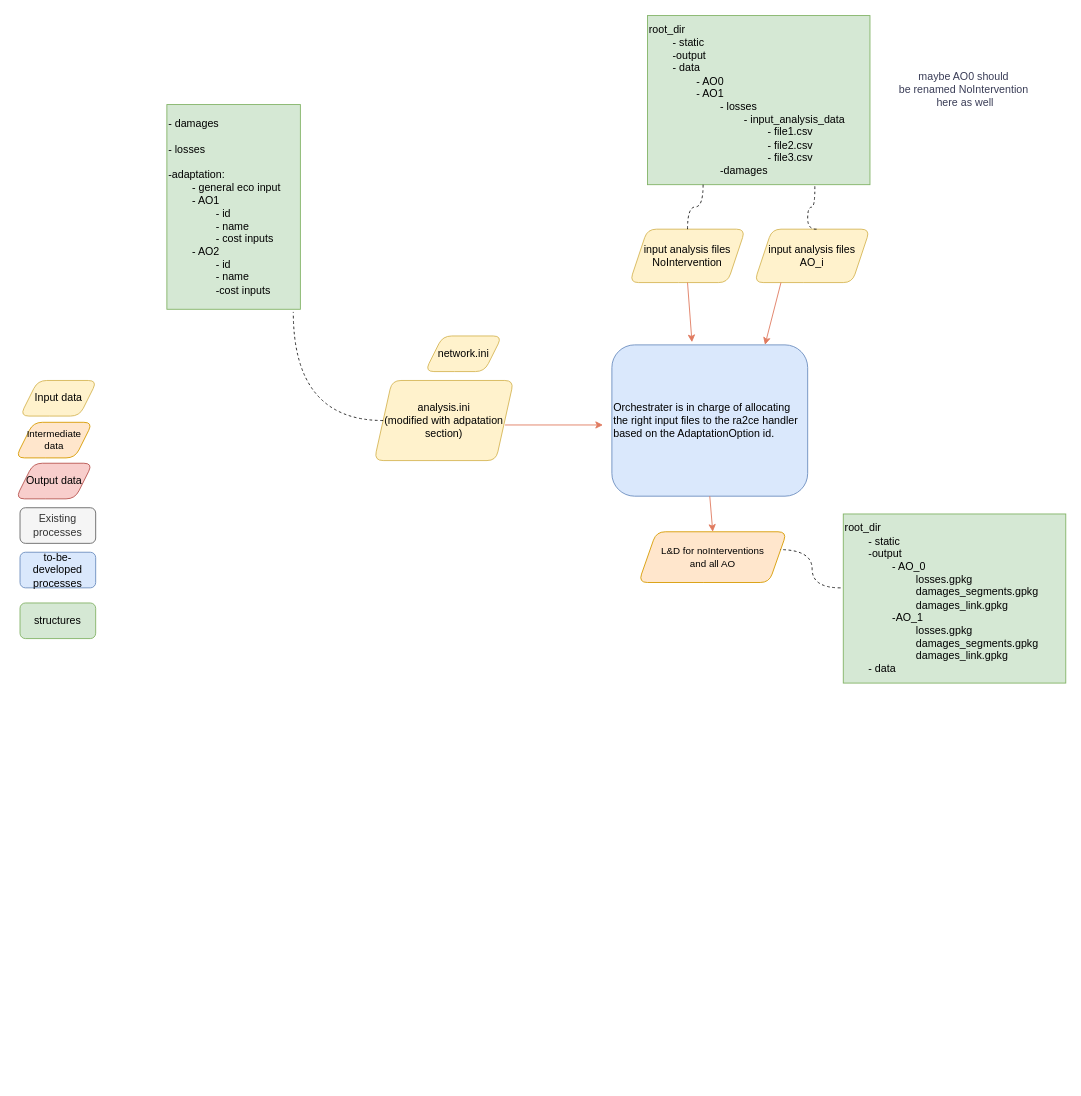
The draw.io diagram docs/_diagrams/RA2CE_adaptation_flow_chart.drawio in Deltares/ra2ce, before the edit. Source tidied: cells renumbered, new cells numbered last; positions are measured from the earlier drawing's top-left corner, leaving out a move shared by most shapes. Both pictures are drawn from the tidied source at 89%, with x=0, y=0 at pixel (15, 15).
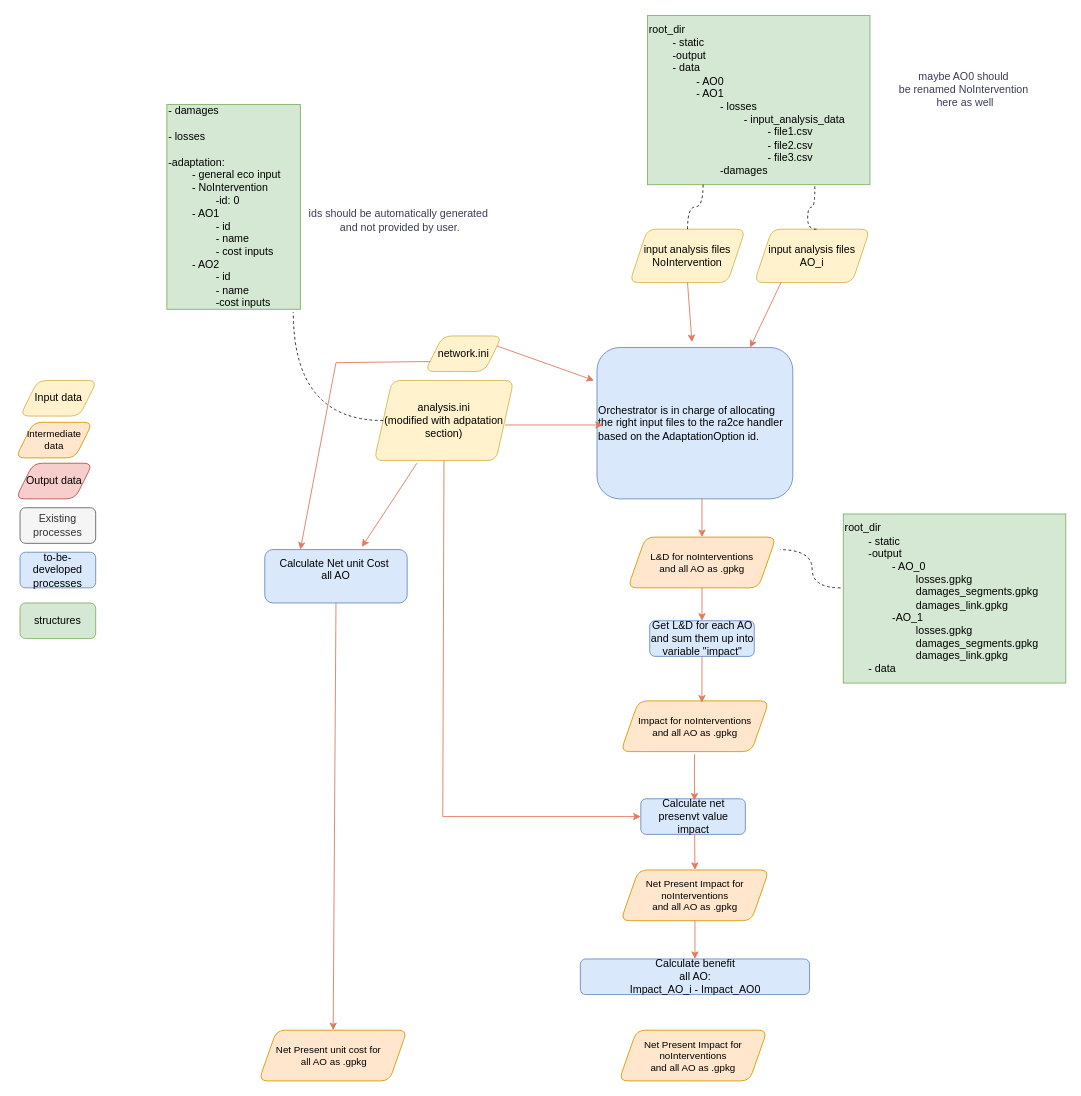
The same page after the edit.

Commit message:
update diagram Adaptation

Unchanged cells that the change refers to:
```xml
<mxCell id="7" value="network.ini" style="shape=parallelogram;perimeter=parallelogramPerimeter;whiteSpace=wrap;html=1;fixedSize=1;rounded=1;fillColor=#fff2cc;strokeColor=#d6b656;" parent="1" vertex="1">
  <mxGeometry x="460" y="360" width="86.7" height="40" as="geometry" />
</mxCell>
<mxCell id="8" value="analysis.ini&lt;div&gt;(modified with adpatation section)&lt;/div&gt;" style="shape=parallelogram;perimeter=parallelogramPerimeter;whiteSpace=wrap;html=1;fixedSize=1;rounded=1;fillColor=#fff2cc;strokeColor=#d6b656;" parent="1" vertex="1">
  <mxGeometry x="403" y="410" width="156.7" height="90" as="geometry" />
</mxCell>
```

Diff of the diagram source:
```diff
@@
-    <mxCell id="11" value="- damages&lt;div&gt;&lt;br&gt;&lt;/div&gt;&lt;div&gt;- losses&lt;/div&gt;&lt;div&gt;&lt;br&gt;&lt;/div&gt;&lt;div&gt;-adaptation:&lt;/div&gt;&lt;div&gt;&lt;span style=&quot;white-space: pre;&quot;&gt;&#9;&lt;/span&gt;- general eco input&lt;/div&gt;&lt;div&gt;&lt;span style=&quot;white-space: pre;&quot;&gt;&#9;&lt;/span&gt;- AO1&lt;br&gt;&lt;/div&gt;&lt;div&gt;&lt;span style=&quot;white-space: pre;&quot;&gt;&#9;&lt;/span&gt;&lt;span style=&quot;white-space: pre;&quot;&gt;&#9;&lt;/span&gt;- id&lt;br&gt;&lt;/div&gt;&lt;div&gt;&lt;span style=&quot;white-space: pre;&quot;&gt;&#9;&lt;/span&gt;&lt;span style=&quot;white-space: pre;&quot;&gt;&#9;&lt;/span&gt;- name&lt;br&gt;&lt;/div&gt;&lt;div&gt;&lt;span style=&quot;white-space: pre;&quot;&gt;&#9;&lt;/span&gt;&lt;span style=&quot;white-space: pre;&quot;&gt;&#9;&lt;/span&gt;- cost inputs&lt;br&gt;&lt;/div&gt;&lt;div&gt;&lt;span style=&quot;white-space: pre;&quot;&gt;&#9;&lt;/span&gt;- AO2&lt;br&gt;&lt;/div&gt;&lt;div&gt;&lt;span style=&quot;white-space: pre;&quot;&gt;&#9;&lt;/span&gt;&lt;span style=&quot;white-space: pre;&quot;&gt;&#9;&lt;/span&gt;- id&lt;br&gt;&lt;/div&gt;&lt;div&gt;&lt;span style=&quot;white-space: pre;&quot;&gt;&#9;&lt;/span&gt;&lt;span style=&quot;white-space: pre;&quot;&gt;&#9;&lt;/span&gt;- name&lt;br&gt;&lt;/div&gt;&lt;div&gt;&lt;span style=&quot;white-space: pre;&quot;&gt;&#9;&lt;/span&gt;&lt;span style=&quot;white-space: pre;&quot;&gt;&#9;&lt;/span&gt;-cost inputs&lt;br&gt;&lt;/div&gt;" style="whiteSpace=wrap;html=1;align=left;fillColor=#d5e8d4;strokeColor=#82b366;imageAspect=0;" parent="1" vertex="1">
+    <mxCell id="11" value="- damages&lt;div&gt;&lt;br&gt;&lt;/div&gt;&lt;div&gt;- losses&lt;/div&gt;&lt;div&gt;&lt;br&gt;&lt;/div&gt;&lt;div&gt;-adaptation:&lt;/div&gt;&lt;div&gt;&lt;span style=&quot;white-space: pre;&quot;&gt;&#9;&lt;/span&gt;- general eco input&lt;/div&gt;&lt;div&gt;&lt;span style=&quot;white-space: pre;&quot;&gt;&#9;&lt;/span&gt;- NoIntervention&lt;br&gt;&lt;/div&gt;&lt;div&gt;&lt;span style=&quot;white-space: pre;&quot;&gt;&#9;&lt;/span&gt;&lt;span style=&quot;white-space: pre;&quot;&gt;&#9;&lt;/span&gt;-id: 0&amp;nbsp;&lt;br&gt;&lt;/div&gt;&lt;div&gt;&lt;span style=&quot;white-space: pre;&quot;&gt;&#9;&lt;/span&gt;- AO1&lt;br&gt;&lt;/div&gt;&lt;div&gt;&lt;span style=&quot;white-space: pre;&quot;&gt;&#9;&lt;/span&gt;&lt;span style=&quot;white-space: pre;&quot;&gt;&#9;&lt;/span&gt;- id&lt;br&gt;&lt;/div&gt;&lt;div&gt;&lt;span style=&quot;white-space: pre;&quot;&gt;&#9;&lt;/span&gt;&lt;span style=&quot;white-space: pre;&quot;&gt;&#9;&lt;/span&gt;- name&lt;br&gt;&lt;/div&gt;&lt;div&gt;&lt;span style=&quot;white-space: pre;&quot;&gt;&#9;&lt;/span&gt;&lt;span style=&quot;white-space: pre;&quot;&gt;&#9;&lt;/span&gt;- cost inputs&lt;br&gt;&lt;/div&gt;&lt;div&gt;&lt;span style=&quot;white-space: pre;&quot;&gt;&#9;&lt;/span&gt;- AO2&lt;br&gt;&lt;/div&gt;&lt;div&gt;&lt;span style=&quot;white-space: pre;&quot;&gt;&#9;&lt;/span&gt;&lt;span style=&quot;white-space: pre;&quot;&gt;&#9;&lt;/span&gt;- id&lt;br&gt;&lt;/div&gt;&lt;div&gt;&lt;span style=&quot;white-space: pre;&quot;&gt;&#9;&lt;/span&gt;&lt;span style=&quot;white-space: pre;&quot;&gt;&#9;&lt;/span&gt;- name&lt;br&gt;&lt;/div&gt;&lt;div&gt;&lt;span style=&quot;white-space: pre;&quot;&gt;&#9;&lt;/span&gt;&lt;span style=&quot;white-space: pre;&quot;&gt;&#9;&lt;/span&gt;-cost inputs&lt;br&gt;&lt;/div&gt;" style="whiteSpace=wrap;html=1;align=left;fillColor=#d5e8d4;strokeColor=#82b366;imageAspect=0;" parent="1" vertex="1">
       <mxGeometry x="170" y="100" width="150" height="230" as="geometry" />
     </mxCell>
@@
-    <mxCell id="18" value="Orchestrater is in charge of allocating the right input files to the ra2ce handler based on the AdaptationOption id." style="rounded=1;whiteSpace=wrap;html=1;fillColor=#dae8fc;strokeColor=#6c8ebf;align=left;" parent="1" vertex="1">
-      <mxGeometry x="670" y="370" width="220" height="170" as="geometry" />
+    <mxCell id="18" value="Orchestrator is in charge of allocating the right input files to the ra2ce handler based on the AdaptationOption id." style="rounded=1;whiteSpace=wrap;html=1;fillColor=#dae8fc;strokeColor=#6c8ebf;align=left;" parent="1" vertex="1">
+      <mxGeometry x="653.3" y="373" width="220" height="170" as="geometry" />
     </mxCell>
@@
-    <mxCell id="22" value="L&amp;amp;D for noInterventions&lt;div&gt;and all AO&lt;/div&gt;" style="shape=parallelogram;perimeter=parallelogramPerimeter;whiteSpace=wrap;html=1;fixedSize=1;rounded=1;fillColor=#ffe6cc;strokeColor=#d79b00;fontSize=11;" parent="1" vertex="1">
-      <mxGeometry x="700" y="580" width="166.7" height="57" as="geometry" />
+    <mxCell id="22" value="L&amp;amp;D for noInterventions&lt;div&gt;and all AO as .gpkg&lt;/div&gt;" style="shape=parallelogram;perimeter=parallelogramPerimeter;whiteSpace=wrap;html=1;fixedSize=1;rounded=1;fillColor=#ffe6cc;strokeColor=#d79b00;fontSize=11;" parent="1" vertex="1">
+      <mxGeometry x="687.9" y="586" width="166.7" height="57" as="geometry" />
     </mxCell>
-    <mxCell id="23" style="endArrow=classic;html=1;rounded=0;strokeColor=#E07A5F;fontColor=#393C56;fillColor=#F2CC8F;entryX=0.5;entryY=0;entryDx=0;entryDy=0;exitX=0.5;exitY=1;exitDx=0;exitDy=0;" parent="1" edge="1" source="18" target="22">
+    <mxCell id="23" style="endArrow=classic;html=1;rounded=0;strokeColor=#E07A5F;fontColor=#393C56;fillColor=#F2CC8F;entryX=0.5;entryY=0;entryDx=0;entryDy=0;exitX=0.536;exitY=0.994;exitDx=0;exitDy=0;exitPerimeter=0;" parent="1" edge="1" source="18" target="22">
       <mxGeometry relative="1" as="geometry" />
     </mxCell>
@@
+    <mxCell id="26" value="ids should be automatically generated&lt;div&gt;&amp;nbsp;and not provided by user.&lt;/div&gt;" style="text;html=1;align=center;verticalAlign=middle;strokeColor=none;fillColor=none;fontColor=#393C56;" parent="1" vertex="1">
+      <mxGeometry x="320" y="210" width="220" height="40" as="geometry" />
+    </mxCell>
+    <mxCell id="27" value="Get L&amp;amp;D for each AO and sum them up into&lt;div&gt;variable &quot;impact&quot;&lt;/div&gt;" style="rounded=1;whiteSpace=wrap;html=1;fillColor=#dae8fc;strokeColor=#6c8ebf;" parent="1" vertex="1">
+      <mxGeometry x="712.5" y="680" width="117.5" height="40" as="geometry" />
+    </mxCell>
+    <mxCell id="28" value="Impact for noInterventions&lt;div&gt;and all AO as .gpkg&lt;/div&gt;" style="shape=parallelogram;perimeter=parallelogramPerimeter;whiteSpace=wrap;html=1;fixedSize=1;rounded=1;fillColor=#ffe6cc;strokeColor=#d79b00;fontSize=11;" parent="1" vertex="1">
+      <mxGeometry x="680" y="770" width="166.7" height="57" as="geometry" />
+    </mxCell>
+    <mxCell id="29" style="endArrow=classic;html=1;rounded=0;strokeColor=#E07A5F;fontColor=#393C56;fillColor=#F2CC8F;entryX=0.5;entryY=0;entryDx=0;entryDy=0;exitX=0.5;exitY=1;exitDx=0;exitDy=0;" parent="1" edge="1" source="22" target="27">
+      <mxGeometry relative="1" as="geometry" />
+    </mxCell>
+    <mxCell id="30" style="endArrow=classic;html=1;rounded=0;strokeColor=#E07A5F;fontColor=#393C56;fillColor=#F2CC8F;entryX=0.547;entryY=0.035;entryDx=0;entryDy=0;exitX=0.5;exitY=1;exitDx=0;exitDy=0;entryPerimeter=0;" parent="1" edge="1" source="27" target="28">
+      <mxGeometry relative="1" as="geometry" />
+    </mxCell>
+    <mxCell id="31" value="Calculate net presenvt value impact" style="rounded=1;whiteSpace=wrap;html=1;fillColor=#dae8fc;strokeColor=#6c8ebf;" parent="1" vertex="1">
+      <mxGeometry x="702.5" y="880" width="117.5" height="40" as="geometry" />
+    </mxCell>
+    <mxCell id="32" style="endArrow=classic;html=1;rounded=0;strokeColor=#E07A5F;fontColor=#393C56;fillColor=#F2CC8F;entryX=0.547;entryY=0.035;entryDx=0;entryDy=0;exitX=0.5;exitY=1;exitDx=0;exitDy=0;entryPerimeter=0;" parent="1" edge="1">
+      <mxGeometry relative="1" as="geometry">
+        <mxPoint x="762.8" y="830" as="sourcePoint" />
+        <mxPoint x="762.8" y="882" as="targetPoint" />
+      </mxGeometry>
+    </mxCell>
+    <mxCell id="33" style="endArrow=classic;html=1;rounded=0;strokeColor=#E07A5F;fontColor=#393C56;fillColor=#F2CC8F;exitX=0.5;exitY=1;exitDx=0;exitDy=0;entryX=0;entryY=0.5;entryDx=0;entryDy=0;" parent="1" edge="1" source="8" target="31">
+      <mxGeometry relative="1" as="geometry">
+        <Array as="points">
+          <mxPoint x="480" y="900" />
+        </Array>
+      </mxGeometry>
+    </mxCell>
+    <mxCell id="34" value="N&lt;span style=&quot;background-color: initial;&quot;&gt;et Present Impact for noInterventions&lt;/span&gt;&lt;div&gt;&lt;div&gt;and all AO as .gpkg&lt;/div&gt;&lt;/div&gt;" style="shape=parallelogram;perimeter=parallelogramPerimeter;whiteSpace=wrap;html=1;fixedSize=1;rounded=1;fillColor=#ffe6cc;strokeColor=#d79b00;fontSize=11;" parent="1" vertex="1">
+      <mxGeometry x="680" y="960" width="166.7" height="57" as="geometry" />
+    </mxCell>
+    <mxCell id="35" style="endArrow=classic;html=1;rounded=0;strokeColor=#E07A5F;fontColor=#393C56;fillColor=#F2CC8F;entryX=0.5;entryY=0;entryDx=0;entryDy=0;" parent="1" edge="1" target="34">
+      <mxGeometry relative="1" as="geometry">
+        <mxPoint x="763" y="920" as="sourcePoint" />
+      </mxGeometry>
+    </mxCell>
+    <mxCell id="36" style="endArrow=classic;html=1;rounded=0;strokeColor=#E07A5F;fontColor=#393C56;fillColor=#F2CC8F;exitX=0.5;exitY=1;exitDx=0;exitDy=0;" parent="1" edge="1" source="34" target="37">
+      <mxGeometry relative="1" as="geometry" />
+    </mxCell>
+    <mxCell id="37" value="Calculate benefit&lt;div&gt;all AO:&lt;/div&gt;&lt;div&gt;Impact_AO_i - Impact_AO0&lt;/div&gt;" style="rounded=1;whiteSpace=wrap;html=1;fillColor=#dae8fc;strokeColor=#6c8ebf;" parent="1" vertex="1">
+      <mxGeometry x="634.6" y="1060" width="257.5" height="40" as="geometry" />
+    </mxCell>
+    <mxCell id="38" value="Calculate Net unit Cost&amp;nbsp;&lt;div&gt;all AO&lt;br&gt;&lt;div&gt;&lt;br&gt;&lt;/div&gt;&lt;/div&gt;" style="rounded=1;whiteSpace=wrap;html=1;fillColor=#dae8fc;strokeColor=#6c8ebf;" parent="1" vertex="1">
+      <mxGeometry x="280" y="600" width="160" height="60" as="geometry" />
+    </mxCell>
+    <mxCell id="39" value="N&lt;span style=&quot;background-color: initial;&quot;&gt;et Present Impact for noInterventions&lt;/span&gt;&lt;div&gt;&lt;div&gt;and all AO as .gpkg&lt;/div&gt;&lt;/div&gt;" style="shape=parallelogram;perimeter=parallelogramPerimeter;whiteSpace=wrap;html=1;fixedSize=1;rounded=1;fillColor=#ffe6cc;strokeColor=#d79b00;fontSize=11;" parent="1" vertex="1">
+      <mxGeometry x="677.9" y="1140" width="166.7" height="57" as="geometry" />
+    </mxCell>
+    <mxCell id="40" style="endArrow=classic;html=1;rounded=0;strokeColor=#E07A5F;fontColor=#393C56;fillColor=#F2CC8F;exitX=1;exitY=0.25;exitDx=0;exitDy=0;" parent="1" edge="1" source="7">
+      <mxGeometry relative="1" as="geometry">
+        <mxPoint x="650" y="410" as="targetPoint" />
+      </mxGeometry>
+    </mxCell>
+    <mxCell id="41" style="endArrow=classic;html=1;rounded=0;strokeColor=#E07A5F;fontColor=#393C56;fillColor=#F2CC8F;exitX=0.306;exitY=1.033;exitDx=0;exitDy=0;entryX=0.682;entryY=-0.05;entryDx=0;entryDy=0;exitPerimeter=0;entryPerimeter=0;" parent="1" edge="1" source="8" target="38">
+      <mxGeometry relative="1" as="geometry" />
+    </mxCell>
+    <mxCell id="42" style="endArrow=classic;html=1;rounded=0;strokeColor=#E07A5F;fontColor=#393C56;fillColor=#F2CC8F;exitX=0;exitY=0.75;exitDx=0;exitDy=0;entryX=0.25;entryY=0;entryDx=0;entryDy=0;" parent="1" edge="1" source="7" target="38">
+      <mxGeometry relative="1" as="geometry">
+        <Array as="points">
+          <mxPoint x="360" y="390" />
+        </Array>
+      </mxGeometry>
+    </mxCell>
+    <mxCell id="43" value="N&lt;span style=&quot;background-color: initial;&quot;&gt;et Present unit cost for&amp;nbsp; &amp;nbsp;&lt;/span&gt;&lt;div&gt;&lt;span style=&quot;background-color: initial;&quot;&gt;&amp;nbsp;all AO as .gpkg&lt;/span&gt;&lt;/div&gt;" style="shape=parallelogram;perimeter=parallelogramPerimeter;whiteSpace=wrap;html=1;fixedSize=1;rounded=1;fillColor=#ffe6cc;strokeColor=#d79b00;fontSize=11;" parent="1" vertex="1">
+      <mxGeometry x="273.3" y="1140" width="166.7" height="57" as="geometry" />
+    </mxCell>
+    <mxCell id="44" style="endArrow=classic;html=1;rounded=0;strokeColor=#E07A5F;fontColor=#393C56;fillColor=#F2CC8F;exitX=0.5;exitY=1;exitDx=0;exitDy=0;" parent="1" edge="1" source="38" target="43">
+      <mxGeometry relative="1" as="geometry" />
+    </mxCell>
```
